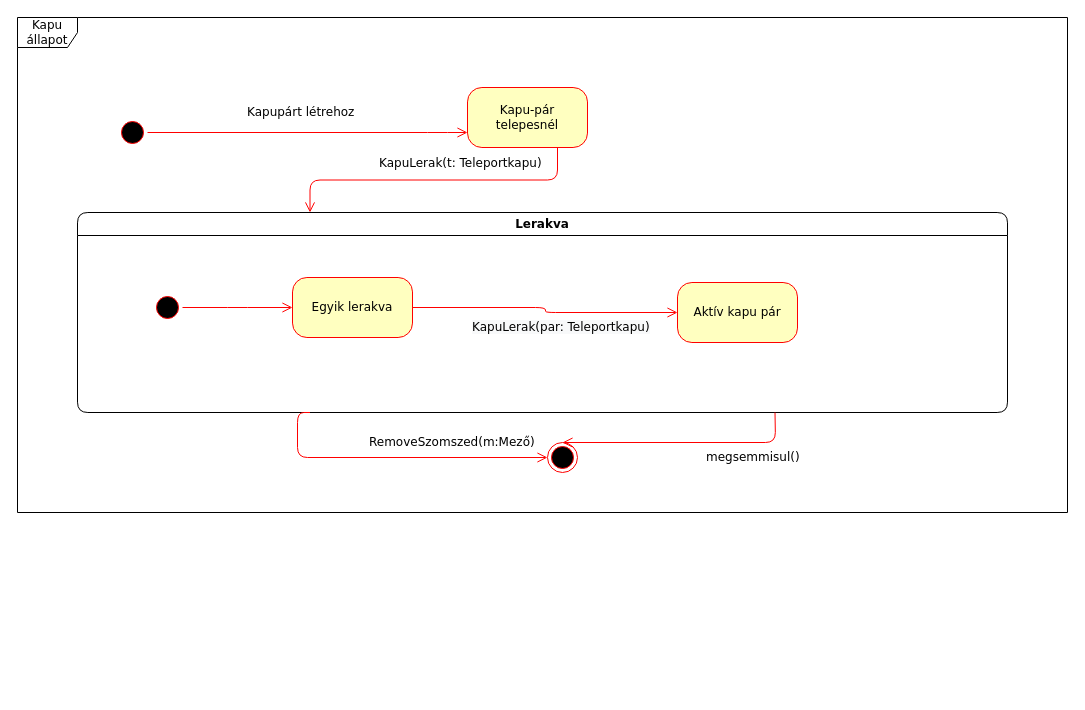
Before: doc/szekvencia/allapot_Teleport.drawio in torpeBoiGo/aszteroidabanyaszat, a draw.io diagram. Source tidied: cells renumbered, new cells numbered last; positions are measured from the earlier drawing's top-left corner, leaving out a move shared by most shapes. Both pictures are drawn from the tidied source at 100%, with x=0, y=0 at pixel (17, 17).
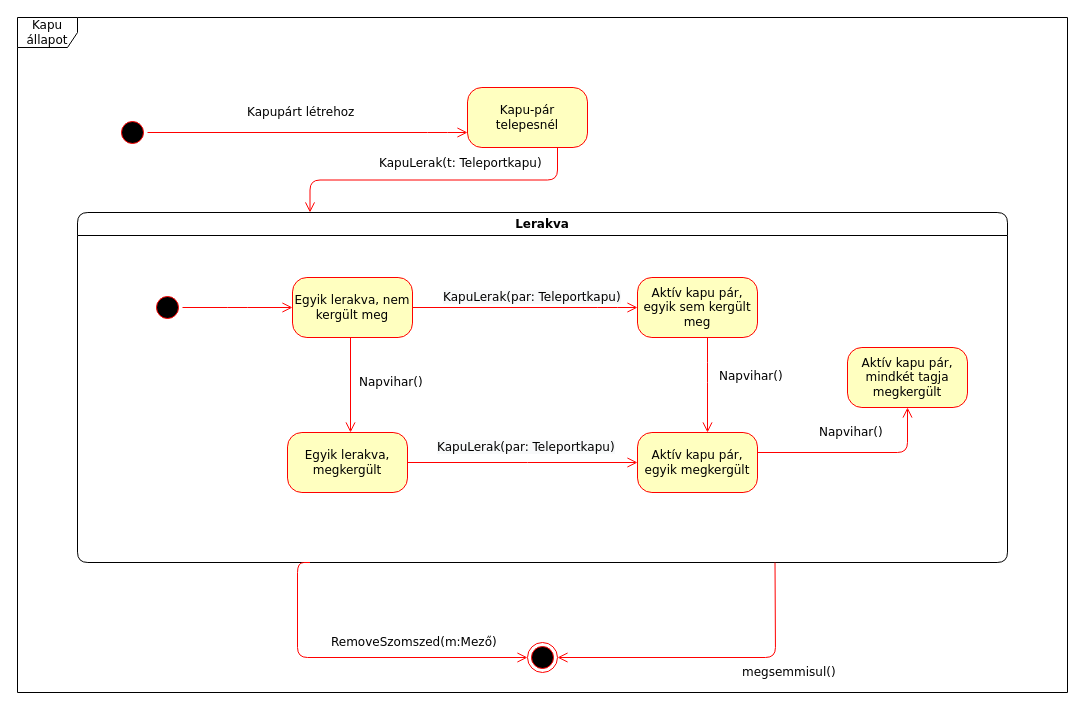
Above is the later version.

Unchanged cells that the change refers to:
```xml
<mxCell id="8" style="ellipse;html=1;shape=startState;fillColor=#000000;strokeColor=#ff0000;rounded=1;shadow=0;comic=0;labelBackgroundColor=none;fontFamily=Verdana;fontSize=12;fontColor=#000000;align=center;direction=south;" parent="5" vertex="1">
  <mxGeometry x="75" y="80" width="30" height="30" as="geometry" />
</mxCell>
```

Change to the diagram source:
```diff
@@
     <mxCell id="2" value="Kapu állapot" style="shape=umlFrame;whiteSpace=wrap;html=1;rounded=1;shadow=0;comic=0;labelBackgroundColor=none;strokeWidth=1;fontFamily=Verdana;fontSize=12;align=center;" parent="1" vertex="1">
-      <mxGeometry width="1050" height="495" as="geometry" />
+      <mxGeometry width="1050" height="675" as="geometry" />
     </mxCell>
@@
     <mxCell id="5" value="Lerakva" style="swimlane;whiteSpace=wrap;html=1;rounded=1;shadow=0;comic=0;labelBackgroundColor=none;strokeWidth=1;fontFamily=Verdana;fontSize=12;align=center;" parent="1" vertex="1">
-      <mxGeometry x="60" y="195" width="930" height="200" as="geometry" />
+      <mxGeometry x="60" y="195" width="930" height="350" as="geometry" />
     </mxCell>
-    <mxCell id="6" value="Egyik lerakva" style="rounded=1;whiteSpace=wrap;html=1;arcSize=24;fillColor=#ffffc0;strokeColor=#ff0000;shadow=0;comic=0;labelBackgroundColor=none;fontFamily=Verdana;fontSize=12;fontColor=#000000;align=center;" parent="5" vertex="1">
-      <mxGeometry x="215" y="65" width="120" height="60" as="geometry" />
-    </mxCell>
-    <mxCell id="7" style="edgeStyle=elbowEdgeStyle;html=1;labelBackgroundColor=none;endArrow=open;endSize=8;strokeColor=#ff0000;fontFamily=Verdana;fontSize=12;align=left;" parent="5" edge="1" source="8" target="6">
-      <mxGeometry relative="1" as="geometry" />
-    </mxCell>
+    <mxCell id="16" value="Egyik lerakva, nem kergült meg" style="rounded=1;whiteSpace=wrap;html=1;arcSize=24;fillColor=#ffffc0;strokeColor=#ff0000;shadow=0;comic=0;labelBackgroundColor=none;fontFamily=Verdana;fontSize=12;fontColor=#000000;align=center;" parent="5" vertex="1">
+      <mxGeometry x="215" y="65" width="120" height="60" as="geometry" />
+    </mxCell>
+    <mxCell id="17" style="edgeStyle=elbowEdgeStyle;html=1;labelBackgroundColor=none;endArrow=open;endSize=8;strokeColor=#ff0000;fontFamily=Verdana;fontSize=12;align=left;" parent="5" edge="1" source="8" target="16">
+      <mxGeometry relative="1" as="geometry" />
+    </mxCell>
@@
-    <mxCell id="11" value="RemoveSzomszed(m:Mező)" style="edgeStyle=elbowEdgeStyle;html=1;labelBackgroundColor=none;endArrow=open;endSize=8;strokeColor=#ff0000;fontFamily=Verdana;fontSize=12;align=left;exitX=0.25;exitY=1;exitDx=0;exitDy=0;entryX=0;entryY=0.5;entryDx=0;entryDy=0;" parent="1" edge="1" source="5" target="12">
+    <mxCell id="11" value="RemoveSzomszed(m:Mező)" style="edgeStyle=elbowEdgeStyle;html=1;labelBackgroundColor=none;endArrow=open;endSize=8;strokeColor=#ff0000;fontFamily=Verdana;fontSize=12;align=left;exitX=0.25;exitY=1;exitDx=0;exitDy=0;entryX=0;entryY=0.5;entryDx=0;entryDy=0;" parent="1" edge="1" source="5" target="18">
       <mxGeometry x="-0.17" y="15" relative="1" as="geometry">
         <Array as="points">
           <mxPoint x="280" y="445" />
         </Array>
         <mxPoint x="-1" as="offset" />
       </mxGeometry>
     </mxCell>
-    <mxCell id="12" style="ellipse;html=1;shape=endState;fillColor=#000000;strokeColor=#ff0000;rounded=1;shadow=0;comic=0;labelBackgroundColor=none;fontFamily=Verdana;fontSize=12;fontColor=#000000;align=center;" parent="1" vertex="1">
-      <mxGeometry x="530" y="425" width="30" height="30" as="geometry" />
-    </mxCell>
+    <mxCell id="18" style="ellipse;html=1;shape=endState;fillColor=#000000;strokeColor=#ff0000;rounded=1;shadow=0;comic=0;labelBackgroundColor=none;fontFamily=Verdana;fontSize=12;fontColor=#000000;align=center;" parent="1" vertex="1">
+      <mxGeometry x="510" y="625" width="30" height="30" as="geometry" />
+    </mxCell>
-    <mxCell id="13" value="&lt;br&gt;&lt;br&gt;&lt;span style=&quot;color: rgb(0 , 0 , 0) ; font-family: &amp;#34;verdana&amp;#34; ; font-size: 12px ; font-style: normal ; font-weight: 400 ; letter-spacing: normal ; text-align: left ; text-indent: 0px ; text-transform: none ; word-spacing: 0px ; background-color: rgb(248 , 249 , 250) ; display: inline ; float: none&quot;&gt;KapuLerak(par&lt;span style=&quot;font-family: &amp;#34;verdana&amp;#34;&quot;&gt;: Teleportkapu&lt;/span&gt;)&lt;/span&gt;" style="edgeStyle=elbowEdgeStyle;html=1;labelBackgroundColor=none;endArrow=open;endSize=8;strokeColor=#ff0000;fontFamily=Verdana;fontSize=12;align=left;exitX=1;exitY=0.5;exitDx=0;exitDy=0;" parent="1" edge="1" source="6" target="14">
-      <mxGeometry x="-0.57" y="-5" relative="1" as="geometry" />
+    <mxCell id="13" value="&lt;br&gt;&lt;br&gt;&lt;span style=&quot;color: rgb(0 , 0 , 0) ; font-family: &amp;#34;verdana&amp;#34; ; font-size: 12px ; font-style: normal ; font-weight: 400 ; letter-spacing: normal ; text-align: left ; text-indent: 0px ; text-transform: none ; word-spacing: 0px ; background-color: rgb(248 , 249 , 250) ; display: inline ; float: none&quot;&gt;KapuLerak(par&lt;span style=&quot;font-family: &amp;#34;verdana&amp;#34;&quot;&gt;: Teleportkapu&lt;/span&gt;)&lt;/span&gt;" style="edgeStyle=elbowEdgeStyle;html=1;labelBackgroundColor=none;endArrow=open;endSize=8;strokeColor=#ff0000;fontFamily=Verdana;fontSize=12;align=left;exitX=1;exitY=0.5;exitDx=0;exitDy=0;" parent="1" edge="1" source="16" target="19">
+      <mxGeometry x="-0.74" y="25" relative="1" as="geometry">
+        <Array as="points">
+          <mxPoint x="590" y="290" />
+        </Array>
+      </mxGeometry>
     </mxCell>
-    <mxCell id="14" value="Aktív kapu pár" style="rounded=1;whiteSpace=wrap;html=1;arcSize=24;fillColor=#ffffc0;strokeColor=#ff0000;shadow=0;comic=0;labelBackgroundColor=none;fontFamily=Verdana;fontSize=12;fontColor=#000000;align=center;" parent="1" vertex="1">
-      <mxGeometry x="660" y="265" width="120" height="60" as="geometry" />
-    </mxCell>
+    <mxCell id="19" value="Aktív kapu pár, egyik sem kergült meg" style="rounded=1;whiteSpace=wrap;html=1;arcSize=24;fillColor=#ffffc0;strokeColor=#ff0000;shadow=0;comic=0;labelBackgroundColor=none;fontFamily=Verdana;fontSize=12;fontColor=#000000;align=center;" parent="1" vertex="1">
+      <mxGeometry x="620" y="260" width="120" height="60" as="geometry" />
+    </mxCell>
-    <mxCell id="15" value="megsemmisul()" style="edgeStyle=elbowEdgeStyle;html=1;labelBackgroundColor=none;endArrow=open;endSize=8;strokeColor=#ff0000;fontFamily=Verdana;fontSize=12;align=left;exitX=0.75;exitY=1;exitDx=0;exitDy=0;" parent="1" edge="1" source="5" target="12">
+    <mxCell id="15" value="megsemmisul()" style="edgeStyle=elbowEdgeStyle;html=1;labelBackgroundColor=none;endArrow=open;endSize=8;strokeColor=#ff0000;fontFamily=Verdana;fontSize=12;align=left;exitX=0.75;exitY=1;exitDx=0;exitDy=0;" parent="1" edge="1" source="5" target="18">
       <mxGeometry x="-0.17" y="15" relative="1" as="geometry">
         <Array as="points">
           <mxPoint x="758" y="425" />
         </Array>
         <mxPoint x="-1" as="offset" />
       </mxGeometry>
     </mxCell>
+    <mxCell id="20" value="Egyik lerakva, megkergült" style="rounded=1;whiteSpace=wrap;html=1;arcSize=24;fillColor=#ffffc0;strokeColor=#ff0000;shadow=0;comic=0;labelBackgroundColor=none;fontFamily=Verdana;fontSize=12;fontColor=#000000;align=center;" parent="1" vertex="1">
+      <mxGeometry x="270" y="415" width="120" height="60" as="geometry" />
+    </mxCell>
+    <mxCell id="21" value="Aktív kapu pár, mindkét tagja megkergült" style="rounded=1;whiteSpace=wrap;html=1;arcSize=24;fillColor=#ffffc0;strokeColor=#ff0000;shadow=0;comic=0;labelBackgroundColor=none;fontFamily=Verdana;fontSize=12;fontColor=#000000;align=center;" parent="1" vertex="1">
+      <mxGeometry x="830" y="330" width="120" height="60" as="geometry" />
+    </mxCell>
+    <mxCell id="22" value="Napvihar()" style="edgeStyle=elbowEdgeStyle;html=1;labelBackgroundColor=none;endArrow=open;endSize=8;strokeColor=#ff0000;fontFamily=Verdana;fontSize=12;align=left;" parent="1" edge="1" source="16" target="20">
+      <mxGeometry x="-0.05" y="7" relative="1" as="geometry" />
+    </mxCell>
+    <mxCell id="23" value="Napvihar()" style="edgeStyle=elbowEdgeStyle;html=1;labelBackgroundColor=none;endArrow=open;endSize=8;strokeColor=#ff0000;fontFamily=Verdana;fontSize=12;align=left;" parent="1" edge="1" source="19" target="25">
+      <mxGeometry x="-0.18" y="10" relative="1" as="geometry">
+        <Array as="points">
+          <mxPoint x="690" y="355" />
+        </Array>
+      </mxGeometry>
+    </mxCell>
+    <mxCell id="24" value="&lt;br&gt;&lt;br&gt;&lt;span style=&quot;color: rgb(0 , 0 , 0) ; font-family: &amp;#34;verdana&amp;#34; ; font-size: 12px ; font-style: normal ; font-weight: 400 ; letter-spacing: normal ; text-align: left ; text-indent: 0px ; text-transform: none ; word-spacing: 0px ; background-color: rgb(248 , 249 , 250) ; display: inline ; float: none&quot;&gt;KapuLerak(par&lt;span style=&quot;font-family: &amp;#34;verdana&amp;#34;&quot;&gt;: Teleportkapu&lt;/span&gt;)&lt;/span&gt;" style="edgeStyle=elbowEdgeStyle;html=1;labelBackgroundColor=none;endArrow=open;endSize=8;strokeColor=#ff0000;fontFamily=Verdana;fontSize=12;align=left;rounded=0;" parent="1" edge="1" source="20" target="25">
+      <mxGeometry x="-0.76" y="30" relative="1" as="geometry">
+        <Array as="points">
+          <mxPoint x="510" y="445" />
+        </Array>
+      </mxGeometry>
+    </mxCell>
+    <mxCell id="25" value="Aktív kapu pár, egyik megkergült" style="rounded=1;whiteSpace=wrap;html=1;arcSize=24;fillColor=#ffffc0;strokeColor=#ff0000;shadow=0;comic=0;labelBackgroundColor=none;fontFamily=Verdana;fontSize=12;fontColor=#000000;align=center;" parent="1" vertex="1">
+      <mxGeometry x="620" y="415" width="120" height="60" as="geometry" />
+    </mxCell>
+    <mxCell id="26" value="Napvihar()" style="edgeStyle=elbowEdgeStyle;html=1;labelBackgroundColor=none;endArrow=open;endSize=8;strokeColor=#ff0000;fontFamily=Verdana;fontSize=12;align=left;" parent="1" edge="1" source="25" target="21">
+      <mxGeometry x="-0.38" y="20" relative="1" as="geometry">
+        <Array as="points">
+          <mxPoint x="890" y="435" />
+        </Array>
+      </mxGeometry>
+    </mxCell>
```
